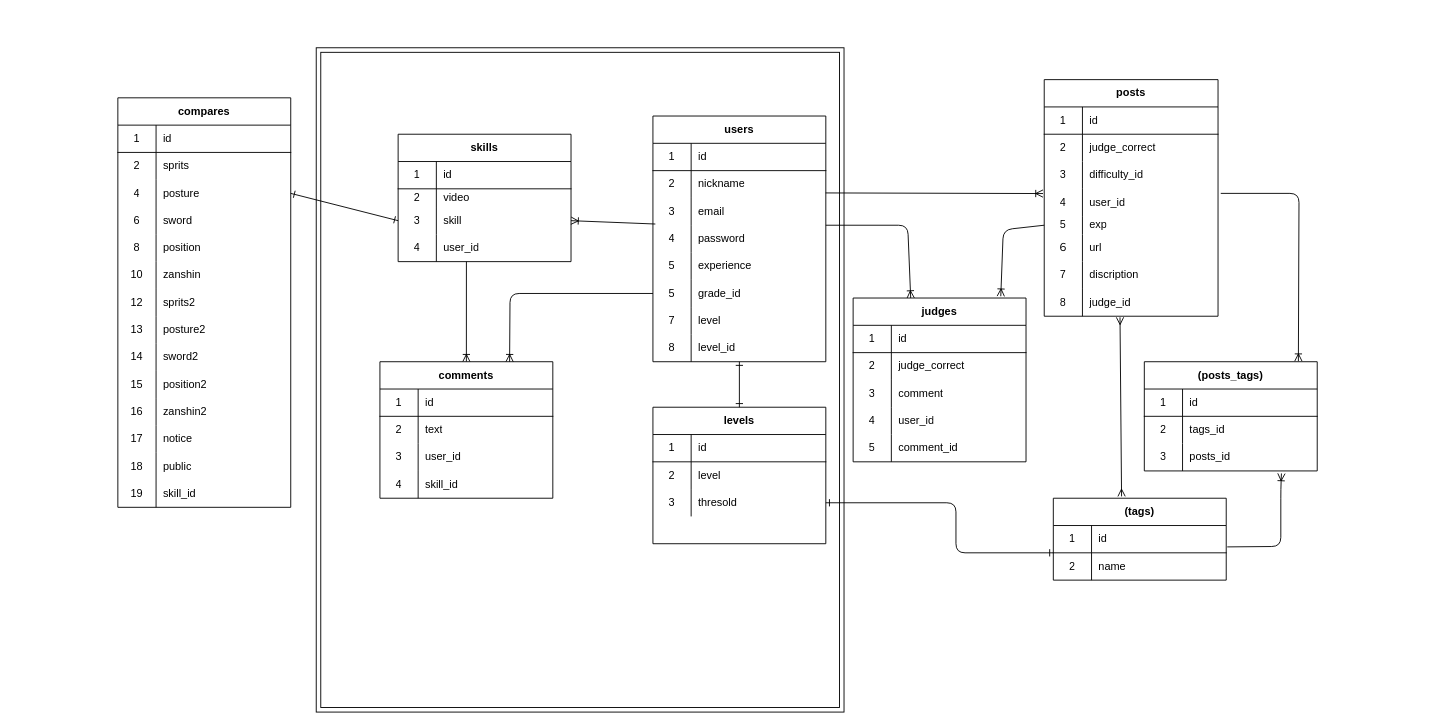
Earlier version of the draw.io diagram db.dio (magatamaamagata/kendo_ippon). Source tidied: cells renumbered, new cells numbered last; positions are measured from the earlier drawing's top-left corner, leaving out a move shared by most shapes. Both pictures are drawn from the tidied source at 91%, with x=0, y=0 at pixel (117, 47).
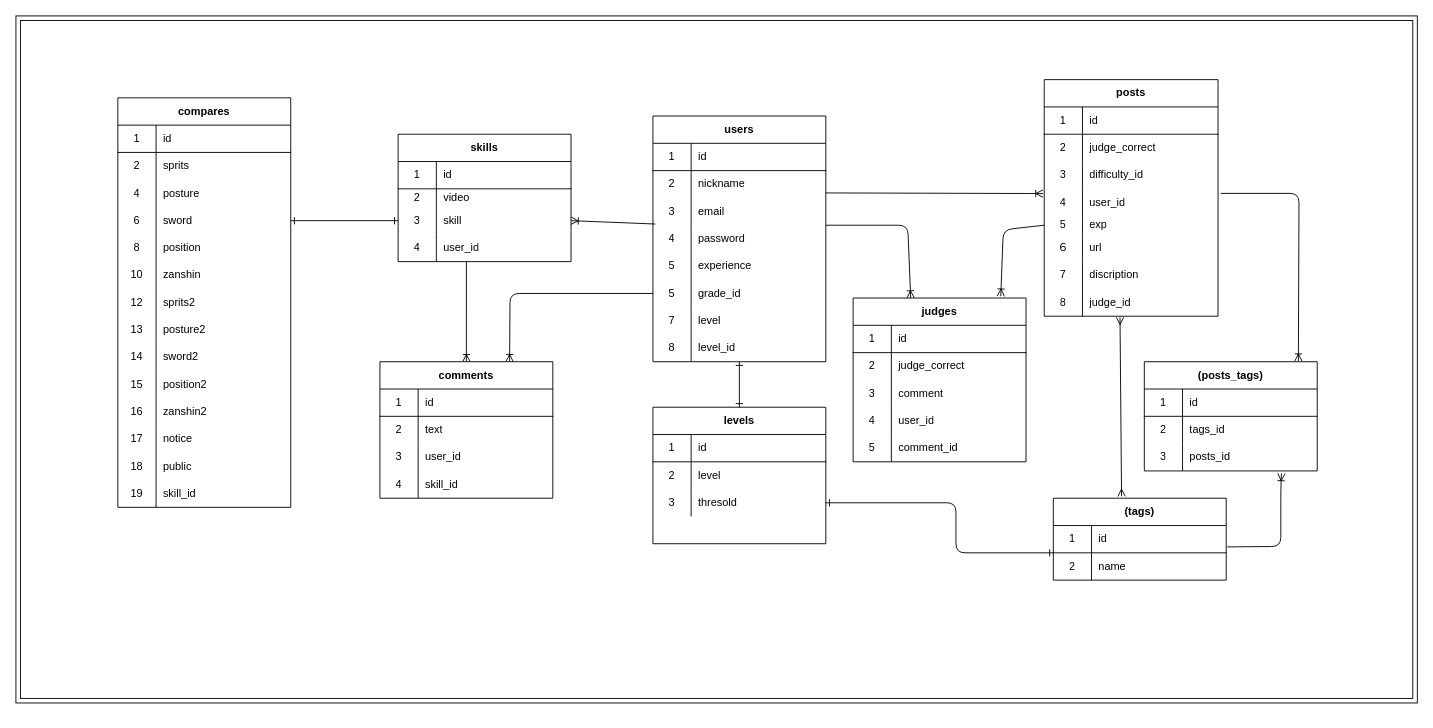
The same diagram, later.

Unchanged cells that the change refers to:
```xml
<mxCell id="111" style="shape=partialRectangle;html=1;whiteSpace=wrap;fillColor=none;top=0;left=0;bottom=0;right=0;points=[[0,0.5],[1,0.5]];portConstraint=eastwest;" parent="104" vertex="1">
  <mxGeometry y="90" width="190" height="30" as="geometry" />
</mxCell>
<mxCell id="114" style="shape=partialRectangle;html=1;whiteSpace=wrap;fillColor=none;top=0;left=0;bottom=0;right=0;points=[[0,0.5],[1,0.5]];portConstraint=eastwest;" parent="104" vertex="1">
  <mxGeometry y="120" width="190" height="30" as="geometry" />
</mxCell>
<mxCell id="171" style="shape=partialRectangle;html=1;whiteSpace=wrap;fillColor=none;top=0;left=0;bottom=0;right=0;points=[[0,0.5],[1,0.5]];portConstraint=eastwest;" parent="164" vertex="1">
  <mxGeometry y="80" width="190" height="30" as="geometry" />
</mxCell>
```

Diff of the diagram source:
```diff
@@
     <mxCell id="2" style="shape=ext;margin=3;double=1;whiteSpace=wrap;html=1;align=center;" parent="1" vertex="1">
-      <mxGeometry x="218" width="580" height="730" as="geometry" />
+      <mxGeometry x="-112" y="-35" width="1540" height="755" as="geometry" />
     </mxCell>
@@
-    <mxCell id="147" style="endArrow=ERone;html=1;endFill=0;startArrow=ERone;startFill=0;entryX=1;entryY=0.5;entryDx=0;entryDy=0;" parent="1" edge="1" target="111">
-      <mxGeometry relative="1" as="geometry">
-        <mxPoint x="308" y="190" as="sourcePoint" />
-      </mxGeometry>
+    <mxCell id="147" style="endArrow=ERone;html=1;endFill=0;startArrow=ERone;startFill=0;entryX=1;entryY=0.5;entryDx=0;entryDy=0;exitX=0;exitY=0.5;exitDx=0;exitDy=0;" parent="1" edge="1" source="171" target="114">
+      <mxGeometry relative="1" as="geometry" />
     </mxCell>
```
